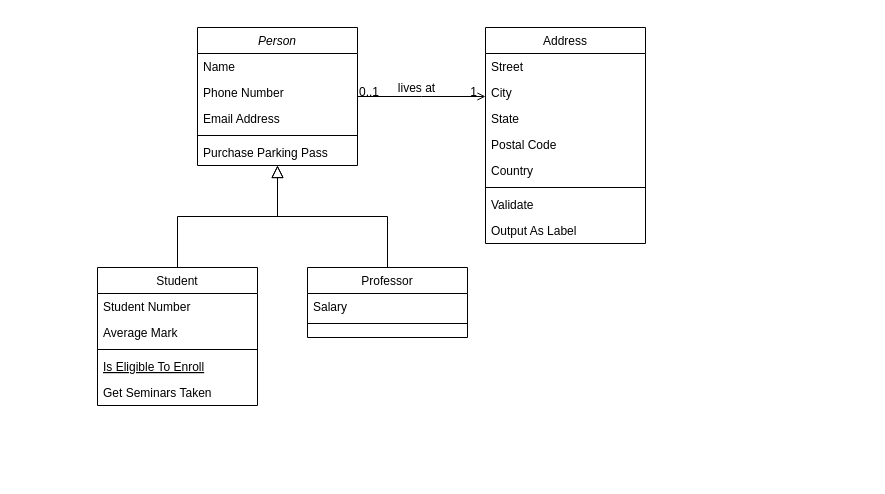
Above: AI Class Diagram.drawio in LamoyaM/MyRepo (draw.io), before the change. Source tidied: cells renumbered, new cells numbered last; positions are measured from the earlier drawing's top-left corner, leaving out a move shared by most shapes. Both pictures are drawn from the tidied source at 100%, with x=0, y=0 at pixel (97, 27).
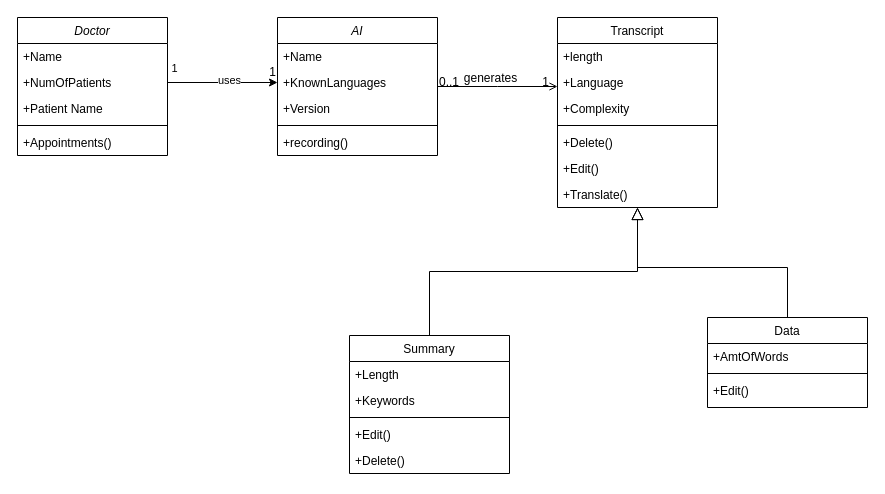
After the change.

The change refers to these unchanged cells:
```xml
<mxCell id="28" style="endArrow=open;shadow=0;strokeWidth=1;rounded=0;endFill=1;edgeStyle=elbowEdgeStyle;elbow=vertical;" parent="1" edge="1" source="2" target="19">
  <mxGeometry x="0.5" y="41" relative="1" as="geometry">
    <mxPoint x="-40" y="32" as="offset" />
  </mxGeometry>
</mxCell>
```

Diff of the diagram source:
```diff
@@
-    <mxCell id="2" value="Person" style="swimlane;fontStyle=2;align=center;verticalAlign=top;horizontal=1;startSize=26;rounded=0;shadow=0;strokeWidth=1;" parent="1" vertex="1">
-      <mxGeometry x="100" width="160" height="138" as="geometry" />
+    <mxCell id="2" value="AI" style="swimlane;fontStyle=2;align=center;verticalAlign=top;horizontal=1;startSize=26;rounded=0;shadow=0;strokeWidth=1;" parent="1" vertex="1">
+      <mxGeometry x="180" y="-10" width="160" height="138" as="geometry" />
     </mxCell>
-    <mxCell id="3" value="Name" style="text;align=left;verticalAlign=top;spacingLeft=4;spacingRight=4;overflow=hidden;" parent="2" vertex="1">
+    <mxCell id="3" value="+Name" style="text;align=left;verticalAlign=top;spacingLeft=4;spacingRight=4;overflow=hidden;" parent="2" vertex="1">
       <mxGeometry y="26" width="160" height="26" as="geometry" />
     </mxCell>
+    <mxCell id="5" value="+KnownLanguages" style="text;align=left;verticalAlign=top;spacingLeft=4;spacingRight=4;overflow=hidden;points=[[0,0.5],[1,0.5]];portConstraint=eastwest;rounded=0;shadow=0;html=0;" parent="2" vertex="1">
+      <mxGeometry y="52" width="160" height="26" as="geometry" />
+    </mxCell>
-    <mxCell id="4" value="Phone Number" style="text;align=left;verticalAlign=top;spacingLeft=4;spacingRight=4;overflow=hidden;rounded=0;shadow=0;html=0;" parent="2" vertex="1">
-      <mxGeometry y="52" width="160" height="26" as="geometry" />
+    <mxCell id="4" value="+Version" style="text;align=left;verticalAlign=top;spacingLeft=4;spacingRight=4;overflow=hidden;rounded=0;shadow=0;html=0;" parent="2" vertex="1">
+      <mxGeometry y="78" width="160" height="26" as="geometry" />
     </mxCell>
-    <mxCell id="5" value="Email Address" style="text;align=left;verticalAlign=top;spacingLeft=4;spacingRight=4;overflow=hidden;points=[[0,0.5],[1,0.5]];portConstraint=eastwest;rounded=0;shadow=0;html=0;" parent="2" vertex="1">
-      <mxGeometry y="78" width="160" height="26" as="geometry" />
-    </mxCell>
@@
-    <mxCell id="7" value="Purchase Parking Pass" style="text;align=left;verticalAlign=top;spacingLeft=4;spacingRight=4;overflow=hidden;" parent="2" vertex="1">
+    <mxCell id="7" value="+recording()" style="text;align=left;verticalAlign=top;spacingLeft=4;spacingRight=4;overflow=hidden;" parent="2" vertex="1">
       <mxGeometry y="112" width="160" height="26" as="geometry" />
     </mxCell>
-    <mxCell id="8" value="Student" style="swimlane;fontStyle=0;align=center;verticalAlign=top;horizontal=1;startSize=26;rounded=0;shadow=0;strokeWidth=1;" parent="1" vertex="1">
-      <mxGeometry y="240" width="160" height="138" as="geometry" />
+    <mxCell id="8" value="Summary" style="swimlane;fontStyle=0;align=center;verticalAlign=top;horizontal=1;startSize=26;rounded=0;shadow=0;strokeWidth=1;" parent="1" vertex="1">
+      <mxGeometry x="252" y="308" width="160" height="138" as="geometry" />
     </mxCell>
-    <mxCell id="9" value="Student Number" style="text;align=left;verticalAlign=top;spacingLeft=4;spacingRight=4;overflow=hidden;" parent="8" vertex="1">
+    <mxCell id="9" value="+Length" style="text;align=left;verticalAlign=top;spacingLeft=4;spacingRight=4;overflow=hidden;" parent="8" vertex="1">
       <mxGeometry y="26" width="160" height="26" as="geometry" />
     </mxCell>
-    <mxCell id="10" value="Average Mark" style="text;align=left;verticalAlign=top;spacingLeft=4;spacingRight=4;overflow=hidden;rounded=0;shadow=0;html=0;" parent="8" vertex="1">
+    <mxCell id="10" value="+Keywords" style="text;align=left;verticalAlign=top;spacingLeft=4;spacingRight=4;overflow=hidden;rounded=0;shadow=0;html=0;" parent="8" vertex="1">
       <mxGeometry y="52" width="160" height="26" as="geometry" />
     </mxCell>
@@
-    <mxCell id="12" value="Is Eligible To Enroll" style="text;align=left;verticalAlign=top;spacingLeft=4;spacingRight=4;overflow=hidden;fontStyle=4;" parent="8" vertex="1">
-      <mxGeometry y="86" width="160" height="26" as="geometry" />
-    </mxCell>
-    <mxCell id="13" value="Get Seminars Taken" style="text;align=left;verticalAlign=top;spacingLeft=4;spacingRight=4;overflow=hidden;" parent="8" vertex="1">
-      <mxGeometry y="112" width="160" height="26" as="geometry" />
+    <mxCell id="13" value="+Edit()" style="text;align=left;verticalAlign=top;spacingLeft=4;spacingRight=4;overflow=hidden;" parent="8" vertex="1">
+      <mxGeometry y="86" width="160" height="26" as="geometry" />
     </mxCell>
+    <mxCell id="32" value="+Delete()" style="text;align=left;verticalAlign=top;spacingLeft=4;spacingRight=4;overflow=hidden;" parent="8" vertex="1">
+      <mxGeometry y="112" width="160" height="26" as="geometry" />
+    </mxCell>
-    <mxCell id="14" style="endArrow=block;endSize=10;endFill=0;shadow=0;strokeWidth=1;rounded=0;edgeStyle=elbowEdgeStyle;elbow=vertical;" parent="1" edge="1" source="8" target="2">
+    <mxCell id="14" style="endArrow=block;endSize=10;endFill=0;shadow=0;strokeWidth=1;rounded=0;edgeStyle=elbowEdgeStyle;elbow=vertical;entryX=0.5;entryY=1;entryDx=0;entryDy=0;" parent="1" edge="1" source="8" target="19">
       <mxGeometry relative="1" as="geometry" />
     </mxCell>
-    <mxCell id="15" value="Professor" style="swimlane;fontStyle=0;align=center;verticalAlign=top;horizontal=1;startSize=26;rounded=0;shadow=0;strokeWidth=1;" parent="1" vertex="1">
-      <mxGeometry x="210" y="240" width="160" height="70" as="geometry" />
+    <mxCell id="15" value="Data" style="swimlane;fontStyle=0;align=center;verticalAlign=top;horizontal=1;startSize=26;rounded=0;shadow=0;strokeWidth=1;" parent="1" vertex="1">
+      <mxGeometry x="610" y="290" width="160" height="90" as="geometry" />
     </mxCell>
-    <mxCell id="16" value="Salary" style="text;align=left;verticalAlign=top;spacingLeft=4;spacingRight=4;overflow=hidden;" parent="15" vertex="1">
+    <mxCell id="16" value="+AmtOfWords" style="text;align=left;verticalAlign=top;spacingLeft=4;spacingRight=4;overflow=hidden;" parent="15" vertex="1">
       <mxGeometry y="26" width="160" height="26" as="geometry" />
     </mxCell>
@@
+    <mxCell id="33" value="+Edit()" style="text;align=left;verticalAlign=top;spacingLeft=4;spacingRight=4;overflow=hidden;" parent="15" vertex="1">
+      <mxGeometry y="60" width="160" height="26" as="geometry" />
+    </mxCell>
-    <mxCell id="18" style="endArrow=block;endSize=10;endFill=0;shadow=0;strokeWidth=1;rounded=0;edgeStyle=elbowEdgeStyle;elbow=vertical;" parent="1" edge="1" source="15" target="2">
-      <mxGeometry relative="1" as="geometry" />
+    <mxCell id="18" style="endArrow=block;endSize=10;endFill=0;shadow=0;strokeWidth=1;rounded=0;edgeStyle=elbowEdgeStyle;elbow=vertical;entryX=0.5;entryY=1;entryDx=0;entryDy=0;exitX=0.5;exitY=0;exitDx=0;exitDy=0;" parent="1" edge="1" source="15" target="19">
+      <mxGeometry relative="1" as="geometry">
+        <Array as="points">
+          <mxPoint x="552" y="240" />
+          <mxPoint x="502" y="250" />
+          <mxPoint x="192" y="190" />
+        </Array>
+      </mxGeometry>
     </mxCell>
-    <mxCell id="19" value="Address" style="swimlane;fontStyle=0;align=center;verticalAlign=top;horizontal=1;startSize=26;rounded=0;shadow=0;strokeWidth=1;" parent="1" vertex="1">
-      <mxGeometry x="388" width="160" height="216" as="geometry" />
+    <mxCell id="19" value="Transcript" style="swimlane;fontStyle=0;align=center;verticalAlign=top;horizontal=1;startSize=26;rounded=0;shadow=0;strokeWidth=1;" parent="1" vertex="1">
+      <mxGeometry x="460" y="-10" width="160" height="190" as="geometry" />
     </mxCell>
-    <mxCell id="20" value="Street" style="text;align=left;verticalAlign=top;spacingLeft=4;spacingRight=4;overflow=hidden;" parent="19" vertex="1">
+    <mxCell id="20" value="+length" style="text;align=left;verticalAlign=top;spacingLeft=4;spacingRight=4;overflow=hidden;" parent="19" vertex="1">
       <mxGeometry y="26" width="160" height="26" as="geometry" />
     </mxCell>
-    <mxCell id="21" value="City" style="text;align=left;verticalAlign=top;spacingLeft=4;spacingRight=4;overflow=hidden;rounded=0;shadow=0;html=0;" parent="19" vertex="1">
+    <mxCell id="21" value="+Language" style="text;align=left;verticalAlign=top;spacingLeft=4;spacingRight=4;overflow=hidden;rounded=0;shadow=0;html=0;" parent="19" vertex="1">
       <mxGeometry y="52" width="160" height="26" as="geometry" />
     </mxCell>
-    <mxCell id="22" value="State" style="text;align=left;verticalAlign=top;spacingLeft=4;spacingRight=4;overflow=hidden;rounded=0;shadow=0;html=0;" parent="19" vertex="1">
-      <mxGeometry y="78" width="160" height="26" as="geometry" />
-    </mxCell>
-    <mxCell id="23" value="Postal Code" style="text;align=left;verticalAlign=top;spacingLeft=4;spacingRight=4;overflow=hidden;rounded=0;shadow=0;html=0;" parent="19" vertex="1">
-      <mxGeometry y="104" width="160" height="26" as="geometry" />
+    <mxCell id="23" value="+Complexity" style="text;align=left;verticalAlign=top;spacingLeft=4;spacingRight=4;overflow=hidden;rounded=0;shadow=0;html=0;" parent="19" vertex="1">
+      <mxGeometry y="78" width="160" height="26" as="geometry" />
     </mxCell>
-    <mxCell id="24" value="Country" style="text;align=left;verticalAlign=top;spacingLeft=4;spacingRight=4;overflow=hidden;rounded=0;shadow=0;html=0;" parent="19" vertex="1">
-      <mxGeometry y="130" width="160" height="26" as="geometry" />
-    </mxCell>
     <mxCell id="25" style="line;html=1;strokeWidth=1;align=left;verticalAlign=middle;spacingTop=-1;spacingLeft=3;spacingRight=3;labelPosition=right;" parent="19" vertex="1">
-      <mxGeometry y="156" width="160" height="8" as="geometry" />
+      <mxGeometry y="104" width="160" height="8" as="geometry" />
     </mxCell>
-    <mxCell id="26" value="Validate" style="text;align=left;verticalAlign=top;spacingLeft=4;spacingRight=4;overflow=hidden;" parent="19" vertex="1">
-      <mxGeometry y="164" width="160" height="26" as="geometry" />
+    <mxCell id="26" value="+Delete()" style="text;align=left;verticalAlign=top;spacingLeft=4;spacingRight=4;overflow=hidden;" parent="19" vertex="1">
+      <mxGeometry y="112" width="160" height="26" as="geometry" />
     </mxCell>
-    <mxCell id="27" value="Output As Label" style="text;align=left;verticalAlign=top;spacingLeft=4;spacingRight=4;overflow=hidden;" parent="19" vertex="1">
-      <mxGeometry y="190" width="160" height="26" as="geometry" />
+    <mxCell id="27" value="+Edit()" style="text;align=left;verticalAlign=top;spacingLeft=4;spacingRight=4;overflow=hidden;" parent="19" vertex="1">
+      <mxGeometry y="138" width="160" height="26" as="geometry" />
     </mxCell>
+    <mxCell id="34" value="+Translate()" style="text;align=left;verticalAlign=top;spacingLeft=4;spacingRight=4;overflow=hidden;" parent="19" vertex="1">
+      <mxGeometry y="164" width="160" height="26" as="geometry" />
+    </mxCell>
@@
-    <mxCell id="31" value="lives at" style="text;html=1;align=center;verticalAlign=middle;labelBackgroundColor=none;rounded=0;shadow=0;strokeWidth=1;fontSize=12;" parent="28" vertex="1">
+    <mxCell id="31" value="generates" style="text;html=1;align=center;verticalAlign=middle;labelBackgroundColor=none;rounded=0;shadow=0;strokeWidth=1;fontSize=12;" parent="28" vertex="1">
       <mxGeometry x="0.5" y="49" relative="1" as="geometry">
         <mxPoint x="-38" y="40" as="offset" />
       </mxGeometry>
     </mxCell>
+    <mxCell id="35" value="Doctor" style="swimlane;fontStyle=2;align=center;verticalAlign=top;horizontal=1;startSize=26;rounded=0;shadow=0;strokeWidth=1;" parent="1" vertex="1">
+      <mxGeometry x="-80" y="-10" width="150" height="138" as="geometry" />
+    </mxCell>
+    <mxCell id="36" value="+Name" style="text;align=left;verticalAlign=top;spacingLeft=4;spacingRight=4;overflow=hidden;" parent="35" vertex="1">
+      <mxGeometry y="26" width="150" height="26" as="geometry" />
+    </mxCell>
+    <mxCell id="37" value="+NumOfPatients" style="text;align=left;verticalAlign=top;spacingLeft=4;spacingRight=4;overflow=hidden;points=[[0,0.5],[1,0.5]];portConstraint=eastwest;rounded=0;shadow=0;html=0;" parent="35" vertex="1">
+      <mxGeometry y="52" width="150" height="26" as="geometry" />
+    </mxCell>
+    <mxCell id="38" value="+Patient Name" style="text;align=left;verticalAlign=top;spacingLeft=4;spacingRight=4;overflow=hidden;rounded=0;shadow=0;html=0;" parent="35" vertex="1">
+      <mxGeometry y="78" width="150" height="26" as="geometry" />
+    </mxCell>
+    <mxCell id="39" style="line;html=1;strokeWidth=1;align=left;verticalAlign=middle;spacingTop=-1;spacingLeft=3;spacingRight=3;labelPosition=right;" parent="35" vertex="1">
+      <mxGeometry y="104" width="150" height="8" as="geometry" />
+    </mxCell>
+    <mxCell id="40" value="+Appointments()" style="text;align=left;verticalAlign=top;spacingLeft=4;spacingRight=4;overflow=hidden;" parent="35" vertex="1">
+      <mxGeometry y="112" width="150" height="26" as="geometry" />
+    </mxCell>
+    <mxCell id="41" style="edgeStyle=orthogonalEdgeStyle;rounded=0;jettySize=auto;html=1;entryX=0;entryY=0.5;entryDx=0;entryDy=0;" parent="1" edge="1" source="37" target="5">
+      <mxGeometry relative="1" as="geometry" />
+    </mxCell>
+    <mxCell id="42" value="uses" style="edgeLabel;html=1;align=center;verticalAlign=middle;" parent="41" vertex="1">
+      <mxGeometry x="0.1" y="3" relative="1" as="geometry" />
+    </mxCell>
+    <mxCell id="43" value="1" style="edgeLabel;html=1;align=center;verticalAlign=middle;" parent="41" vertex="1">
+      <mxGeometry x="0.14" y="1" relative="1" as="geometry">
+        <mxPoint x="-57" y="-14" as="offset" />
+      </mxGeometry>
+    </mxCell>
+    <mxCell id="44" value="1" style="text;html=1;align=center;verticalAlign=middle;strokeColor=none;fillColor=none;" parent="1" vertex="1">
+      <mxGeometry x="160" y="30" width="30" height="30" as="geometry" />
+    </mxCell>
```
